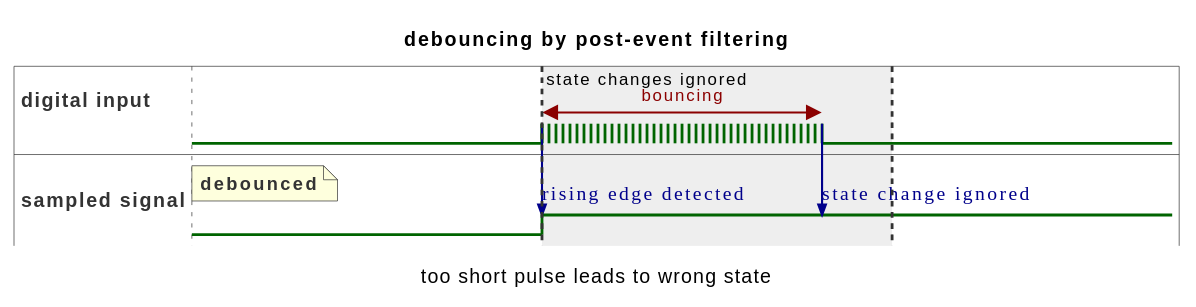
Earlier version of the PlantUML export feature/113-fix-debouncing-algorithm-with-FreeRTOS/inline_umlgraph_2.svg (dhebbeker/task-tracker). Source of this version:
```plantuml
@startuml
title debouncing by post-event filtering
caption too short pulse leads to wrong state
hide time-axis
scale 1 as 250 pixels
binary "digital input" as D
binary "sampled signal" as B

@0
D is low
note top of B : debounced
B is low
@+1
D is {low,high}
D@+0 <-> @+0.8 : bouncing
D -> B : rising edge detected
highlight +0 to +1 : state changes ignored
B is high
@+0.8
D is low
D -> B : state change ignored
@enduml
```
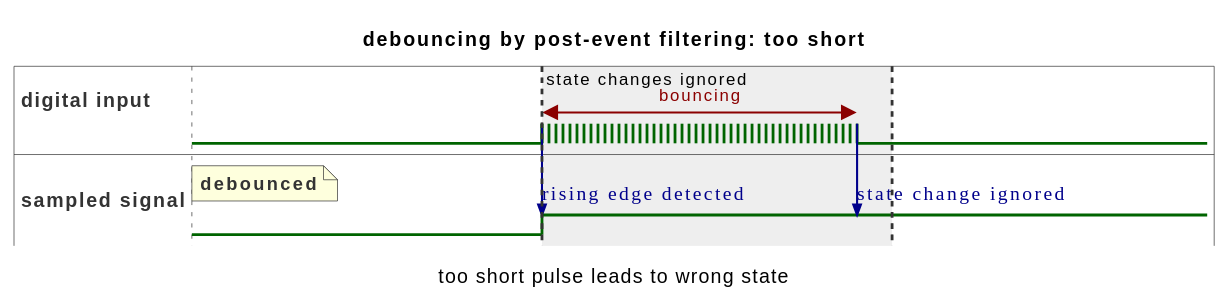
Above is the later version.

Change to the diagram source:
```diff
@@ -1,5 +1,5 @@
 @startuml
-title debouncing by post-event filtering
+title debouncing by post-event filtering: too short
 caption too short pulse leads to wrong state
 hide time-axis
 scale 1 as 250 pixels
@@ -12,11 +12,11 @@
 B is low
 @+1
 D is {low,high}
-D@+0 <-> @+0.8 : bouncing
+D@+0 <-> @+0.9 : bouncing
 D -> B : rising edge detected
 highlight +0 to +1 : state changes ignored
 B is high
-@+0.8
+@+0.9
 D is low
 D -> B : state change ignored
 @enduml
```
